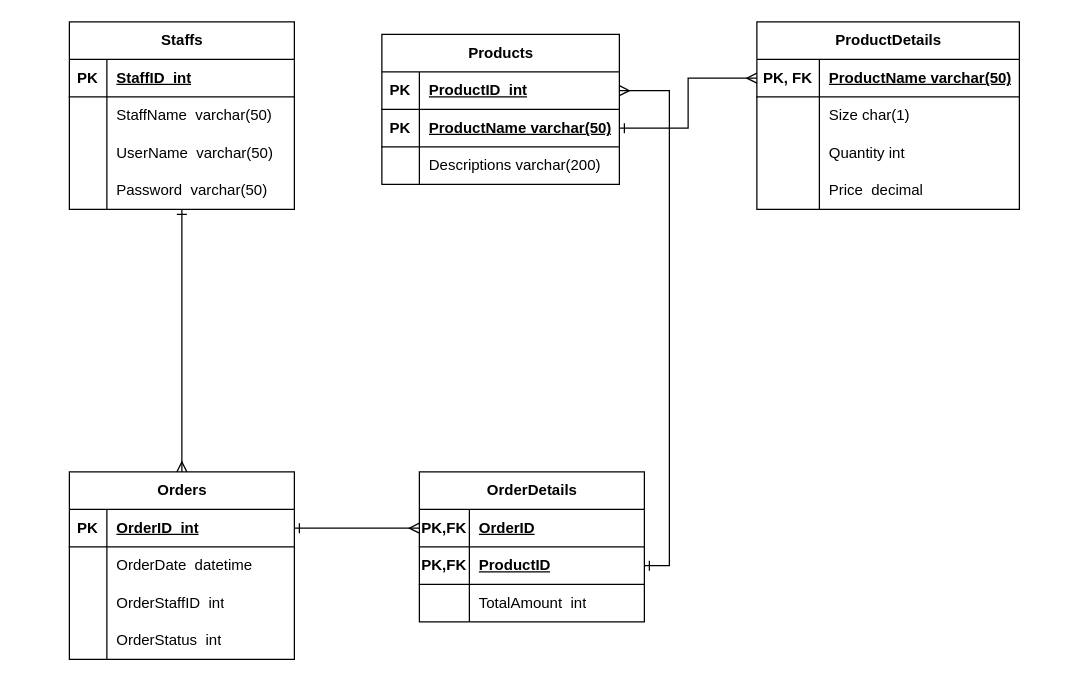
Before: page "ERDPhysic" (2 of 2) of Diagram/Entity Relationship Diagram/ERD1.drawio in NDuc-Dev/Project-1, a draw.io diagram. Source tidied: cells renumbered, new cells numbered last; positions are measured from the earlier drawing's top-left corner, leaving out a move shared by most shapes. Both pictures are drawn from the tidied source at 125%, with x=0, y=0 at pixel (69, 21).
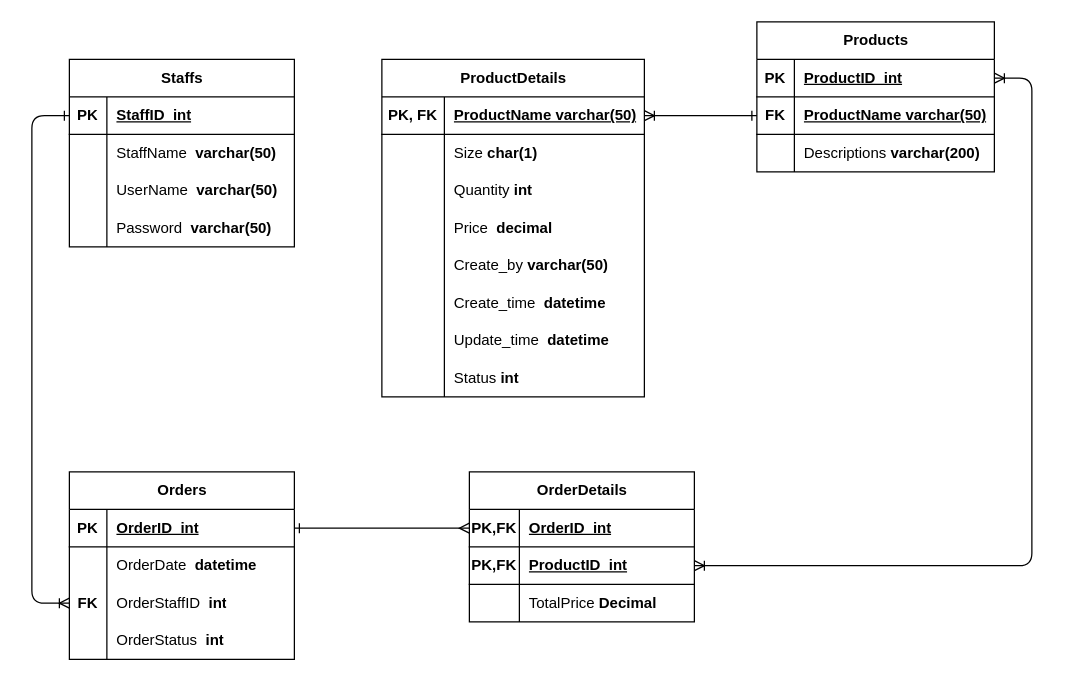
The same page after the edit.

Unchanged cells that the change refers to:
```xml
<mxCell id="4" style="shape=tableRow;horizontal=0;startSize=0;swimlaneHead=0;swimlaneBody=0;fillColor=none;points=[[0,0.5],[1,0.5]];portConstraint=eastwest;top=0;left=0;right=0;bottom=1;" parent="3" vertex="1">
  <mxGeometry y="30" width="190" height="30" as="geometry" />
</mxCell>
<mxCell id="7" style="shape=tableRow;horizontal=0;startSize=0;swimlaneHead=0;swimlaneBody=0;fillColor=none;points=[[0,0.5],[1,0.5]];portConstraint=eastwest;top=0;left=0;right=0;bottom=1;" parent="3" vertex="1">
  <mxGeometry y="60" width="190" height="30" as="geometry" />
</mxCell>
<mxCell id="10" style="shape=tableRow;horizontal=0;startSize=0;swimlaneHead=0;swimlaneBody=0;fillColor=none;top=0;left=0;right=0;bottom=0;" parent="3" vertex="1">
  <mxGeometry y="90" width="190" height="30" as="geometry" />
</mxCell>
<mxCell id="15" style="shape=tableRow;horizontal=0;startSize=0;swimlaneHead=0;swimlaneBody=0;fillColor=none;points=[[0,0.5],[1,0.5]];portConstraint=eastwest;top=0;left=0;right=0;bottom=1;" parent="14" vertex="1">
  <mxGeometry y="30" width="180" height="30" as="geometry" />
</mxCell>
<mxCell id="18" style="shape=tableRow;horizontal=0;startSize=0;swimlaneHead=0;swimlaneBody=0;fillColor=none;top=0;left=0;right=0;bottom=0;" parent="14" vertex="1">
  <mxGeometry y="60" width="180" height="30" as="geometry" />
</mxCell>
<mxCell id="21" style="shape=tableRow;horizontal=0;startSize=0;swimlaneHead=0;swimlaneBody=0;fillColor=none;top=0;left=0;right=0;bottom=0;" parent="14" vertex="1">
  <mxGeometry y="90" width="180" height="30" as="geometry" />
</mxCell>
<mxCell id="24" style="shape=tableRow;horizontal=0;startSize=0;swimlaneHead=0;swimlaneBody=0;fillColor=none;top=0;left=0;right=0;bottom=0;" parent="14" vertex="1">
  <mxGeometry y="120" width="180" height="30" as="geometry" />
</mxCell>
<mxCell id="27" value="Orders" style="shape=table;startSize=30;childLayout=tableLayout;rowLines=0;fontStyle=1;align=center;html=1;" parent="1" vertex="1">
  <mxGeometry y="360" width="180" height="150" as="geometry" />
</mxCell>
<mxCell id="31" style="shape=tableRow;horizontal=0;startSize=0;swimlaneHead=0;swimlaneBody=0;fillColor=none;top=0;left=0;right=0;bottom=0;" parent="27" vertex="1">
  <mxGeometry y="60" width="180" height="30" as="geometry" />
</mxCell>
<mxCell id="34" style="shape=tableRow;horizontal=0;startSize=0;swimlaneHead=0;swimlaneBody=0;fillColor=none;points=[[0,0.5],[1,0.5]];portConstraint=eastwest;top=0;left=0;right=0;bottom=0;" parent="27" vertex="1">
  <mxGeometry y="90" width="180" height="30" as="geometry" />
</mxCell>
<mxCell id="37" style="shape=tableRow;horizontal=0;startSize=0;swimlaneHead=0;swimlaneBody=0;fillColor=none;top=0;left=0;right=0;bottom=0;" parent="27" vertex="1">
  <mxGeometry y="120" width="180" height="30" as="geometry" />
</mxCell>
<mxCell id="41" style="shape=tableRow;horizontal=0;startSize=0;swimlaneHead=0;swimlaneBody=0;fillColor=none;points=[[0,0.5],[1,0.5]];portConstraint=eastwest;top=0;left=0;right=0;bottom=1;" parent="40" vertex="1">
  <mxGeometry y="30" width="180" height="30" as="geometry" />
</mxCell>
<mxCell id="44" style="shape=tableRow;horizontal=0;startSize=0;swimlaneHead=0;swimlaneBody=0;fillColor=none;points=[[0,0.5],[1,0.5]];portConstraint=eastwest;top=0;left=0;right=0;bottom=1;" parent="40" vertex="1">
  <mxGeometry y="60" width="180" height="30" as="geometry" />
</mxCell>
<mxCell id="47" style="shape=tableRow;horizontal=0;startSize=0;swimlaneHead=0;swimlaneBody=0;fillColor=none;top=0;left=0;right=0;bottom=0;" parent="40" vertex="1">
  <mxGeometry y="90" width="180" height="30" as="geometry" />
</mxCell>
<mxCell id="52" style="shape=tableRow;horizontal=0;startSize=0;swimlaneHead=0;swimlaneBody=0;fillColor=none;points=[[0,0.5],[1,0.5]];portConstraint=eastwest;top=0;left=0;right=0;bottom=1;" parent="51" vertex="1">
  <mxGeometry y="30" width="210" height="30" as="geometry" />
</mxCell>
<mxCell id="55" style="shape=tableRow;horizontal=0;startSize=0;swimlaneHead=0;swimlaneBody=0;fillColor=none;top=0;left=0;right=0;bottom=0;" parent="51" vertex="1">
  <mxGeometry y="60" width="210" height="30" as="geometry" />
</mxCell>
<mxCell id="58" style="shape=tableRow;horizontal=0;startSize=0;swimlaneHead=0;swimlaneBody=0;fillColor=none;top=0;left=0;right=0;bottom=0;" parent="51" vertex="1">
  <mxGeometry y="90" width="210" height="30" as="geometry" />
</mxCell>
<mxCell id="61" style="shape=tableRow;horizontal=0;startSize=0;swimlaneHead=0;swimlaneBody=0;fillColor=none;top=0;left=0;right=0;bottom=0;" parent="51" vertex="1">
  <mxGeometry y="120" width="210" height="30" as="geometry" />
</mxCell>
```

What changed in the source:
```diff
@@
-    <mxCell id="2" style="edgeStyle=orthogonalEdgeStyle;rounded=0;jettySize=auto;html=1;entryX=1;entryY=0.5;entryDx=0;entryDy=0;endArrow=ERone;endFill=0;startArrow=ERmany;startFill=0;exitX=1;exitY=0.5;exitDx=0;exitDy=0;" parent="1" edge="1" source="4" target="44">
-      <mxGeometry relative="1" as="geometry" />
-    </mxCell>
     <mxCell id="3" value="Products" style="shape=table;startSize=30;childLayout=tableLayout;rowLines=0;fontStyle=1;align=center;html=1;" parent="1" vertex="1">
-      <mxGeometry x="250" y="10" width="190" height="120" as="geometry" />
+      <mxGeometry x="550" width="190" height="120" as="geometry" />
     </mxCell>
@@
-    <mxCell id="8" value="PK" style="shape=partialRectangle;fillColor=none;top=0;left=0;bottom=0;right=0;fontStyle=1;overflow=hidden;whiteSpace=wrap;html=1;" parent="7" vertex="1">
+    <mxCell id="8" value="FK" style="shape=partialRectangle;fillColor=none;top=0;left=0;bottom=0;right=0;fontStyle=1;overflow=hidden;whiteSpace=wrap;html=1;" parent="7" vertex="1">
       <mxGeometry width="30" height="30" as="geometry" />
     </mxCell>
@@
-    <mxCell id="12" value="Descriptions varchar(200)" style="shape=partialRectangle;fillColor=none;top=0;left=0;bottom=0;right=0;align=left;spacingLeft=6;overflow=hidden;whiteSpace=wrap;html=1;" parent="10" vertex="1">
+    <mxCell id="12" value="Descriptions &lt;b&gt;varchar(200)&lt;/b&gt;" style="shape=partialRectangle;fillColor=none;top=0;left=0;bottom=0;right=0;align=left;spacingLeft=6;overflow=hidden;whiteSpace=wrap;html=1;" parent="10" vertex="1">
       <mxGeometry x="30" width="160" height="30" as="geometry" />
     </mxCell>
-    <mxCell id="13" style="edgeStyle=orthogonalEdgeStyle;rounded=0;jettySize=auto;html=1;entryX=0.5;entryY=0;entryDx=0;entryDy=0;startArrow=ERone;startFill=0;endArrow=ERmany;endFill=0;" parent="1" edge="1" source="14" target="27">
-      <mxGeometry relative="1" as="geometry" />
-    </mxCell>
     <mxCell id="14" value="Staffs" style="shape=table;startSize=30;childLayout=tableLayout;rowLines=0;fontStyle=1;align=center;html=1;" parent="1" vertex="1">
-      <mxGeometry width="180" height="150" as="geometry" />
+      <mxGeometry y="30" width="180" height="150" as="geometry" />
     </mxCell>
@@
-    <mxCell id="20" value="StaffName&amp;nbsp; varchar(50)" style="shape=partialRectangle;fillColor=none;top=0;left=0;bottom=0;right=0;align=left;spacingLeft=6;overflow=hidden;whiteSpace=wrap;html=1;" parent="18" vertex="1">
+    <mxCell id="20" value="StaffName&amp;nbsp; &lt;b&gt;varchar(50)&lt;/b&gt;" style="shape=partialRectangle;fillColor=none;top=0;left=0;bottom=0;right=0;align=left;spacingLeft=6;overflow=hidden;whiteSpace=wrap;html=1;" parent="18" vertex="1">
       <mxGeometry x="30" width="150" height="30" as="geometry" />
     </mxCell>
@@
-    <mxCell id="23" value="UserName&amp;nbsp; varchar(50)" style="shape=partialRectangle;fillColor=none;top=0;left=0;bottom=0;right=0;align=left;spacingLeft=6;overflow=hidden;whiteSpace=wrap;html=1;" parent="21" vertex="1">
+    <mxCell id="23" value="UserName&amp;nbsp; &lt;b&gt;varchar(50)&lt;/b&gt;" style="shape=partialRectangle;fillColor=none;top=0;left=0;bottom=0;right=0;align=left;spacingLeft=6;overflow=hidden;whiteSpace=wrap;html=1;" parent="21" vertex="1">
       <mxGeometry x="30" width="150" height="30" as="geometry" />
     </mxCell>
@@
-    <mxCell id="26" value="Password&amp;nbsp; varchar(50)" style="shape=partialRectangle;fillColor=none;top=0;left=0;bottom=0;right=0;align=left;spacingLeft=6;overflow=hidden;whiteSpace=wrap;html=1;" parent="24" vertex="1">
+    <mxCell id="26" value="Password&amp;nbsp; &lt;b&gt;varchar(50)&lt;/b&gt;" style="shape=partialRectangle;fillColor=none;top=0;left=0;bottom=0;right=0;align=left;spacingLeft=6;overflow=hidden;whiteSpace=wrap;html=1;" parent="24" vertex="1">
       <mxGeometry x="30" width="150" height="30" as="geometry" />
     </mxCell>
@@
-    <mxCell id="33" value="OrderDate&amp;nbsp; datetime" style="shape=partialRectangle;fillColor=none;top=0;left=0;bottom=0;right=0;align=left;spacingLeft=6;overflow=hidden;whiteSpace=wrap;html=1;" parent="31" vertex="1">
+    <mxCell id="33" value="OrderDate&amp;nbsp; &lt;b&gt;datetime&lt;/b&gt;" style="shape=partialRectangle;fillColor=none;top=0;left=0;bottom=0;right=0;align=left;spacingLeft=6;overflow=hidden;whiteSpace=wrap;html=1;" parent="31" vertex="1">
       <mxGeometry x="30" width="150" height="30" as="geometry" />
     </mxCell>
@@
-    <mxCell id="35" style="shape=partialRectangle;fillColor=none;top=0;left=0;bottom=0;right=0;overflow=hidden;whiteSpace=wrap;html=1;" parent="34" vertex="1">
+    <mxCell id="35" value="&lt;b&gt;FK&lt;/b&gt;" style="shape=partialRectangle;fillColor=none;top=0;left=0;bottom=0;right=0;overflow=hidden;whiteSpace=wrap;html=1;" parent="34" vertex="1">
       <mxGeometry width="30" height="30" as="geometry" />
     </mxCell>
-    <mxCell id="36" value="OrderStaffID&amp;nbsp; int" style="shape=partialRectangle;fillColor=none;top=0;left=0;bottom=0;right=0;align=left;spacingLeft=6;overflow=hidden;whiteSpace=wrap;html=1;" parent="34" vertex="1">
+    <mxCell id="36" value="OrderStaffID&amp;nbsp; &lt;b&gt;int&lt;/b&gt;" style="shape=partialRectangle;fillColor=none;top=0;left=0;bottom=0;right=0;align=left;spacingLeft=6;overflow=hidden;whiteSpace=wrap;html=1;" parent="34" vertex="1">
       <mxGeometry x="30" width="150" height="30" as="geometry" />
     </mxCell>
@@
-    <mxCell id="39" value="OrderStatus&amp;nbsp; int" style="shape=partialRectangle;fillColor=none;top=0;left=0;bottom=0;right=0;align=left;spacingLeft=6;overflow=hidden;whiteSpace=wrap;html=1;" parent="37" vertex="1">
+    <mxCell id="39" value="OrderStatus&amp;nbsp; &lt;b&gt;int&lt;/b&gt;" style="shape=partialRectangle;fillColor=none;top=0;left=0;bottom=0;right=0;align=left;spacingLeft=6;overflow=hidden;whiteSpace=wrap;html=1;" parent="37" vertex="1">
       <mxGeometry x="30" width="150" height="30" as="geometry" />
     </mxCell>
     <mxCell id="40" value="OrderDetails" style="shape=table;startSize=30;childLayout=tableLayout;rowLines=0;fontStyle=1;align=center;html=1;" parent="1" vertex="1">
-      <mxGeometry x="280" y="360" width="180" height="120" as="geometry" />
+      <mxGeometry x="320" y="360" width="180" height="120" as="geometry" />
     </mxCell>
@@
-    <mxCell id="43" value="OrderID" style="shape=partialRectangle;fillColor=none;top=0;left=0;bottom=0;right=0;align=left;spacingLeft=6;fontStyle=5;overflow=hidden;whiteSpace=wrap;html=1;" parent="41" vertex="1">
+    <mxCell id="43" value="OrderID&amp;nbsp; int" style="shape=partialRectangle;fillColor=none;top=0;left=0;bottom=0;right=0;align=left;spacingLeft=6;fontStyle=5;overflow=hidden;whiteSpace=wrap;html=1;" parent="41" vertex="1">
       <mxGeometry x="40" width="140" height="30" as="geometry" />
     </mxCell>
@@
-    <mxCell id="46" value="ProductID" style="shape=partialRectangle;fillColor=none;top=0;left=0;bottom=0;right=0;align=left;spacingLeft=6;fontStyle=5;overflow=hidden;whiteSpace=wrap;html=1;" parent="44" vertex="1">
+    <mxCell id="46" value="ProductID&amp;nbsp; int" style="shape=partialRectangle;fillColor=none;top=0;left=0;bottom=0;right=0;align=left;spacingLeft=6;fontStyle=5;overflow=hidden;whiteSpace=wrap;html=1;" parent="44" vertex="1">
       <mxGeometry x="40" width="140" height="30" as="geometry" />
     </mxCell>
@@
-    <mxCell id="49" value="TotalAmount&amp;nbsp; int" style="shape=partialRectangle;fillColor=none;top=0;left=0;bottom=0;right=0;align=left;spacingLeft=6;overflow=hidden;whiteSpace=wrap;html=1;" parent="47" vertex="1">
+    <mxCell id="49" value="TotalPrice &lt;b&gt;Decimal&lt;/b&gt;" style="shape=partialRectangle;fillColor=none;top=0;left=0;bottom=0;right=0;align=left;spacingLeft=6;overflow=hidden;whiteSpace=wrap;html=1;" parent="47" vertex="1">
       <mxGeometry x="40" width="140" height="30" as="geometry" />
     </mxCell>
@@
     <mxCell id="51" value="ProductDetails" style="shape=table;startSize=30;childLayout=tableLayout;rowLines=0;fontStyle=1;align=center;html=1;" parent="1" vertex="1">
-      <mxGeometry x="550" width="210" height="150" as="geometry" />
+      <mxGeometry x="250" y="30" width="210" height="270" as="geometry" />
     </mxCell>
@@
-    <mxCell id="57" value="Size char(1)" style="shape=partialRectangle;fillColor=none;top=0;left=0;bottom=0;right=0;align=left;spacingLeft=6;overflow=hidden;whiteSpace=wrap;html=1;" parent="55" vertex="1">
+    <mxCell id="57" value="Size &lt;b&gt;char(1)&lt;/b&gt;" style="shape=partialRectangle;fillColor=none;top=0;left=0;bottom=0;right=0;align=left;spacingLeft=6;overflow=hidden;whiteSpace=wrap;html=1;" parent="55" vertex="1">
       <mxGeometry x="50" width="160" height="30" as="geometry" />
     </mxCell>
@@
-    <mxCell id="60" value="Quantity int" style="shape=partialRectangle;fillColor=none;top=0;left=0;bottom=0;right=0;align=left;spacingLeft=6;overflow=hidden;whiteSpace=wrap;html=1;" parent="58" vertex="1">
+    <mxCell id="60" value="Quantity &lt;b&gt;int&lt;/b&gt;" style="shape=partialRectangle;fillColor=none;top=0;left=0;bottom=0;right=0;align=left;spacingLeft=6;overflow=hidden;whiteSpace=wrap;html=1;" parent="58" vertex="1">
       <mxGeometry x="50" width="160" height="30" as="geometry" />
     </mxCell>
@@
-    <mxCell id="63" value="Price&amp;nbsp; decimal" style="shape=partialRectangle;fillColor=none;top=0;left=0;bottom=0;right=0;align=left;spacingLeft=6;overflow=hidden;whiteSpace=wrap;html=1;" parent="61" vertex="1">
+    <mxCell id="63" value="Price&amp;nbsp; &lt;b&gt;decimal&lt;/b&gt;" style="shape=partialRectangle;fillColor=none;top=0;left=0;bottom=0;right=0;align=left;spacingLeft=6;overflow=hidden;whiteSpace=wrap;html=1;" parent="61" vertex="1">
       <mxGeometry x="50" width="160" height="30" as="geometry" />
     </mxCell>
+    <mxCell id="65" style="shape=tableRow;horizontal=0;startSize=0;swimlaneHead=0;swimlaneBody=0;fillColor=none;top=0;left=0;right=0;bottom=0;" parent="51" vertex="1">
+      <mxGeometry y="150" width="210" height="30" as="geometry" />
+    </mxCell>
+    <mxCell id="66" style="shape=partialRectangle;fillColor=none;top=0;left=0;bottom=0;right=0;overflow=hidden;whiteSpace=wrap;html=1;" parent="65" vertex="1">
+      <mxGeometry width="50" height="30" as="geometry" />
+    </mxCell>
+    <mxCell id="67" value="Create_by &lt;b&gt;varchar(50)&lt;/b&gt;" style="shape=partialRectangle;fillColor=none;top=0;left=0;bottom=0;right=0;align=left;spacingLeft=6;overflow=hidden;whiteSpace=wrap;html=1;" parent="65" vertex="1">
+      <mxGeometry x="50" width="160" height="30" as="geometry" />
+    </mxCell>
+    <mxCell id="68" style="shape=tableRow;horizontal=0;startSize=0;swimlaneHead=0;swimlaneBody=0;fillColor=none;top=0;left=0;right=0;bottom=0;" parent="51" vertex="1">
+      <mxGeometry y="180" width="210" height="30" as="geometry" />
+    </mxCell>
+    <mxCell id="69" style="shape=partialRectangle;fillColor=none;top=0;left=0;bottom=0;right=0;overflow=hidden;whiteSpace=wrap;html=1;" parent="68" vertex="1">
+      <mxGeometry width="50" height="30" as="geometry" />
+    </mxCell>
+    <mxCell id="70" value="Create_time&amp;nbsp; &lt;b&gt;datetime&lt;/b&gt;" style="shape=partialRectangle;fillColor=none;top=0;left=0;bottom=0;right=0;align=left;spacingLeft=6;overflow=hidden;whiteSpace=wrap;html=1;" parent="68" vertex="1">
+      <mxGeometry x="50" width="160" height="30" as="geometry" />
+    </mxCell>
+    <mxCell id="71" style="shape=tableRow;horizontal=0;startSize=0;swimlaneHead=0;swimlaneBody=0;fillColor=none;top=0;left=0;right=0;bottom=0;" parent="51" vertex="1">
+      <mxGeometry y="210" width="210" height="30" as="geometry" />
+    </mxCell>
+    <mxCell id="72" style="shape=partialRectangle;fillColor=none;top=0;left=0;bottom=0;right=0;overflow=hidden;whiteSpace=wrap;html=1;" parent="71" vertex="1">
+      <mxGeometry width="50" height="30" as="geometry" />
+    </mxCell>
+    <mxCell id="73" value="Update_time&amp;nbsp;&amp;nbsp;&lt;b&gt;datetime&lt;/b&gt;" style="shape=partialRectangle;fillColor=none;top=0;left=0;bottom=0;right=0;align=left;spacingLeft=6;overflow=hidden;whiteSpace=wrap;html=1;" parent="71" vertex="1">
+      <mxGeometry x="50" width="160" height="30" as="geometry" />
+    </mxCell>
+    <mxCell id="74" style="shape=tableRow;horizontal=0;startSize=0;swimlaneHead=0;swimlaneBody=0;fillColor=none;top=0;left=0;right=0;bottom=0;" parent="51" vertex="1">
+      <mxGeometry y="240" width="210" height="30" as="geometry" />
+    </mxCell>
+    <mxCell id="75" style="shape=partialRectangle;fillColor=none;top=0;left=0;bottom=0;right=0;overflow=hidden;whiteSpace=wrap;html=1;" parent="74" vertex="1">
+      <mxGeometry width="50" height="30" as="geometry" />
+    </mxCell>
+    <mxCell id="76" value="Status &lt;b&gt;int&lt;/b&gt;" style="shape=partialRectangle;fillColor=none;top=0;left=0;bottom=0;right=0;align=left;spacingLeft=6;overflow=hidden;whiteSpace=wrap;html=1;" parent="74" vertex="1">
+      <mxGeometry x="50" width="160" height="30" as="geometry" />
+    </mxCell>
-    <mxCell id="64" style="edgeStyle=orthogonalEdgeStyle;rounded=0;jettySize=auto;html=1;exitX=1;exitY=0.5;exitDx=0;exitDy=0;entryX=0;entryY=0.5;entryDx=0;entryDy=0;endArrow=ERmany;endFill=0;startArrow=ERone;startFill=0;" parent="1" edge="1" source="7" target="52">
+    <mxCell id="64" style="edgeStyle=orthogonalEdgeStyle;html=1;exitX=0;exitY=0.5;exitDx=0;exitDy=0;entryX=1;entryY=0.5;entryDx=0;entryDy=0;startArrow=ERone;startFill=0;endArrow=ERoneToMany;endFill=0;" parent="1" edge="1" source="7" target="52">
       <mxGeometry relative="1" as="geometry" />
     </mxCell>
+    <mxCell id="77" style="edgeStyle=orthogonalEdgeStyle;html=1;exitX=1;exitY=0.5;exitDx=0;exitDy=0;entryX=1;entryY=0.5;entryDx=0;entryDy=0;startArrow=ERoneToMany;startFill=0;endArrow=ERoneToMany;endFill=0;" parent="1" edge="1" source="44" target="4">
+      <mxGeometry relative="1" as="geometry">
+        <Array as="points">
+          <mxPoint x="770" y="435" />
+          <mxPoint x="770" y="45" />
+        </Array>
+      </mxGeometry>
+    </mxCell>
+    <mxCell id="78" style="edgeStyle=orthogonalEdgeStyle;html=1;exitX=0;exitY=0.5;exitDx=0;exitDy=0;entryX=0;entryY=0.5;entryDx=0;entryDy=0;startArrow=ERone;startFill=0;endArrow=ERoneToMany;endFill=0;" parent="1" edge="1" source="15" target="34">
+      <mxGeometry relative="1" as="geometry">
+        <Array as="points">
+          <mxPoint x="-30" y="75" />
+          <mxPoint x="-30" y="465" />
+        </Array>
+      </mxGeometry>
+    </mxCell>
```
